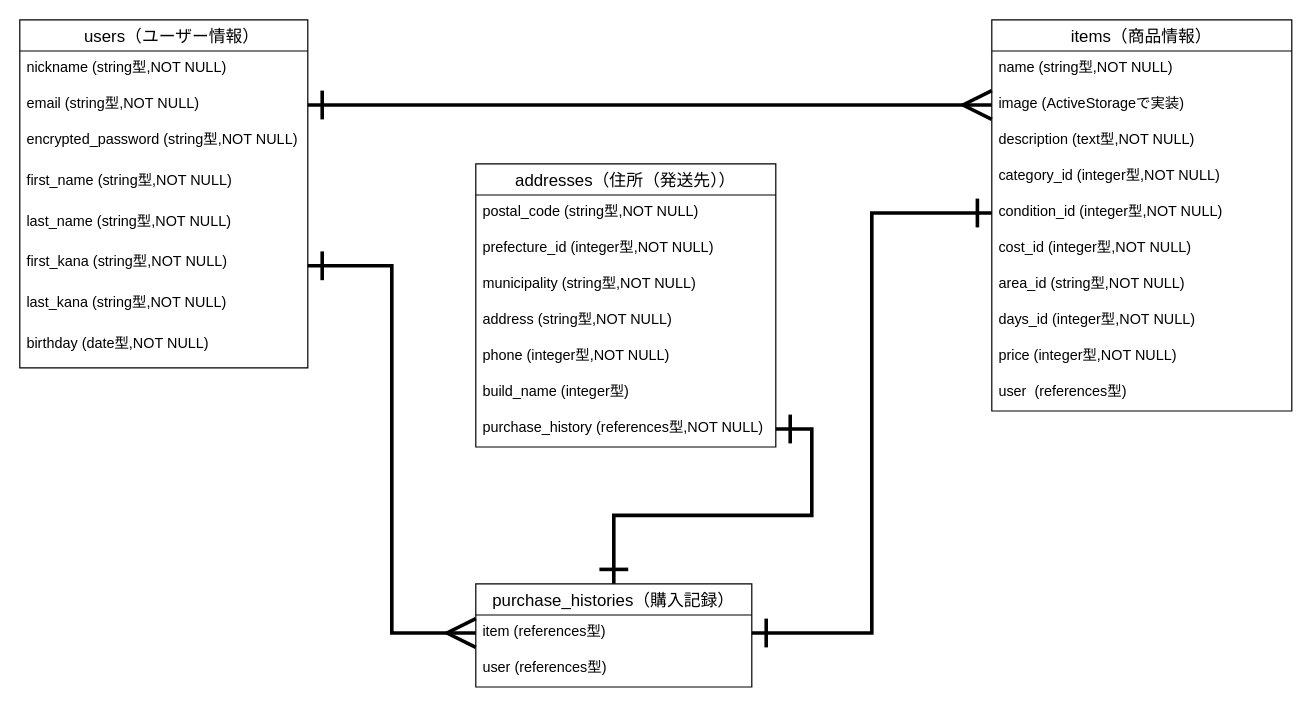
This is furima.dio from taka826/furima-30597, a draw.io file, before an edit. Source tidied: cells renumbered, new cells numbered last; positions are measured from the earlier drawing's top-left corner, leaving out a move shared by most shapes. Both pictures are drawn from the tidied source at 120%, with x=0, y=0 at pixel (19, 19).
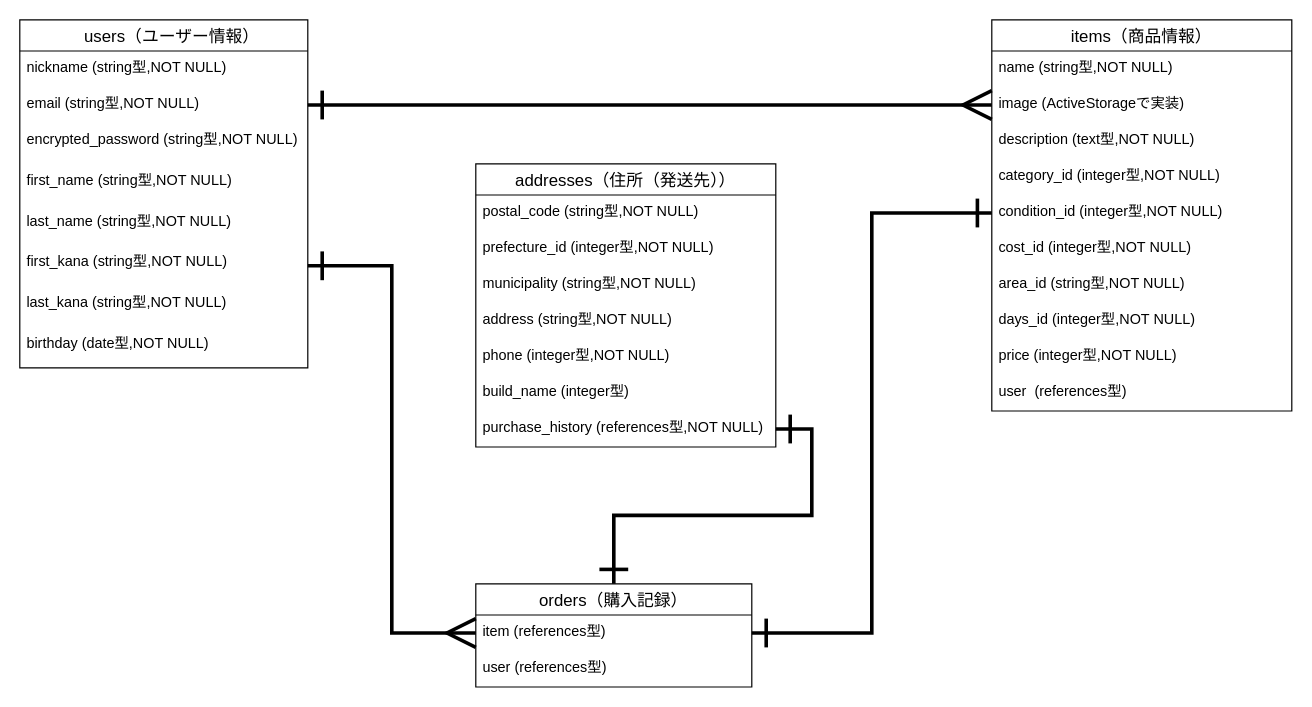
The same page after the edit.

What changed in the source:
```diff
@@
-    <mxCell id="33" value="purchase_histories（購入記録）" style="swimlane;fontStyle=0;horizontal=1;startSize=26;align=center;fontSize=14;" parent="1" vertex="1">
+    <mxCell id="33" value="orders（購入記録）" style="swimlane;fontStyle=0;horizontal=1;startSize=26;align=center;fontSize=14;" parent="1" vertex="1">
       <mxGeometry x="380" y="470" width="230" height="86" as="geometry" />
     </mxCell>
```
